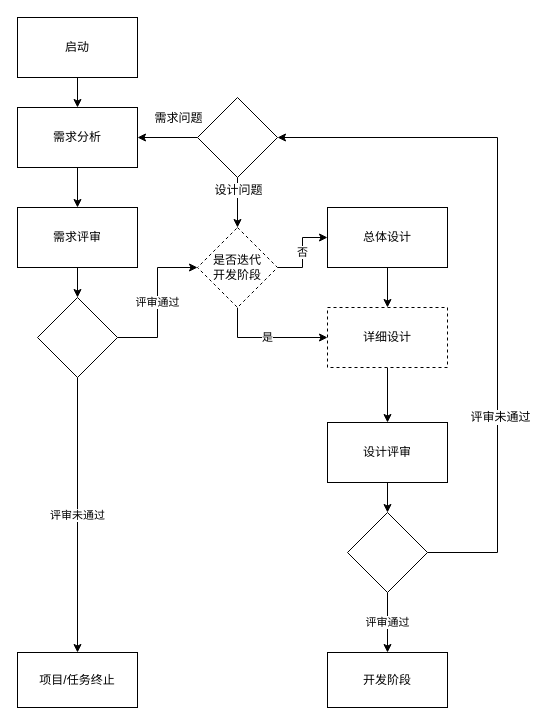
Above: page "启动阶段" (2 of 6) of 开发制度关键流程.drawio in mashifei/uml (draw.io), before the change. Source tidied: cells renumbered, new cells numbered last; positions are measured from the earlier drawing's top-left corner, leaving out a move shared by most shapes. Both pictures are drawn from the tidied source at 100%, with x=0, y=0 at pixel (17, 17).
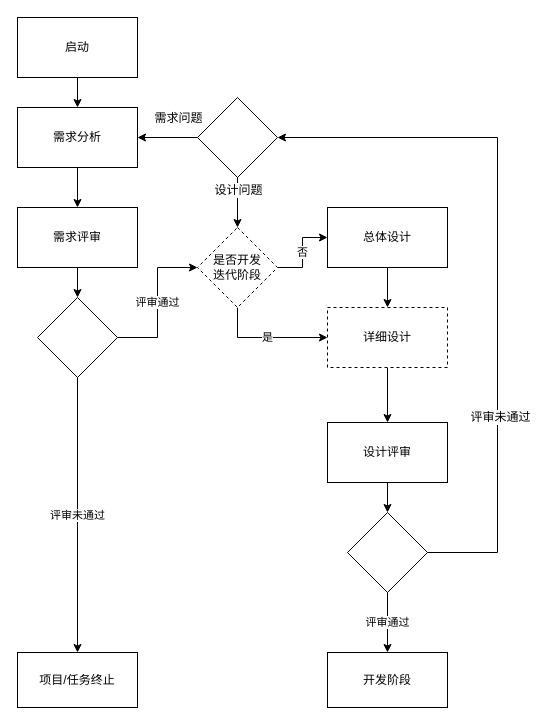
After the change.

What changed in the source:
```diff
@@
-    <mxCell id="30" value="是否迭代&lt;br&gt;开发阶段" style="rhombus;whiteSpace=wrap;html=1;dashed=1;" parent="1" vertex="1">
+    <mxCell id="30" value="是否开发&lt;br&gt;迭代阶段" style="rhombus;whiteSpace=wrap;html=1;dashed=1;" parent="1" vertex="1">
       <mxGeometry x="180" y="210" width="80" height="80" as="geometry" />
     </mxCell>
```
